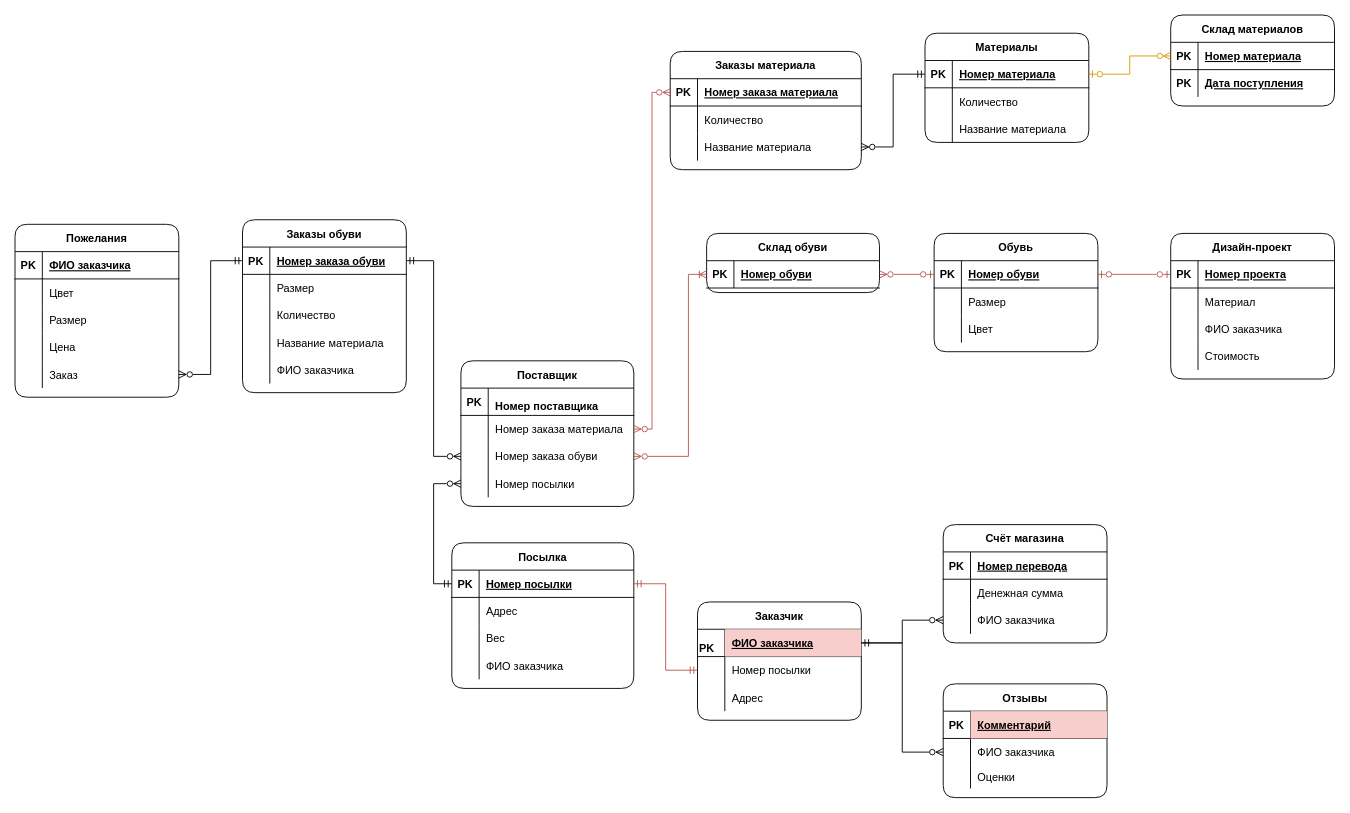
This is Er.drawio from MorozovStanislav/Repozitory, a draw.io file, before an edit. Source tidied: cells renumbered, new cells numbered last; positions are measured from the earlier drawing's top-left corner, leaving out a move shared by most shapes. Both pictures are drawn from the tidied source at 91%, with x=0, y=0 at pixel (15, 15).
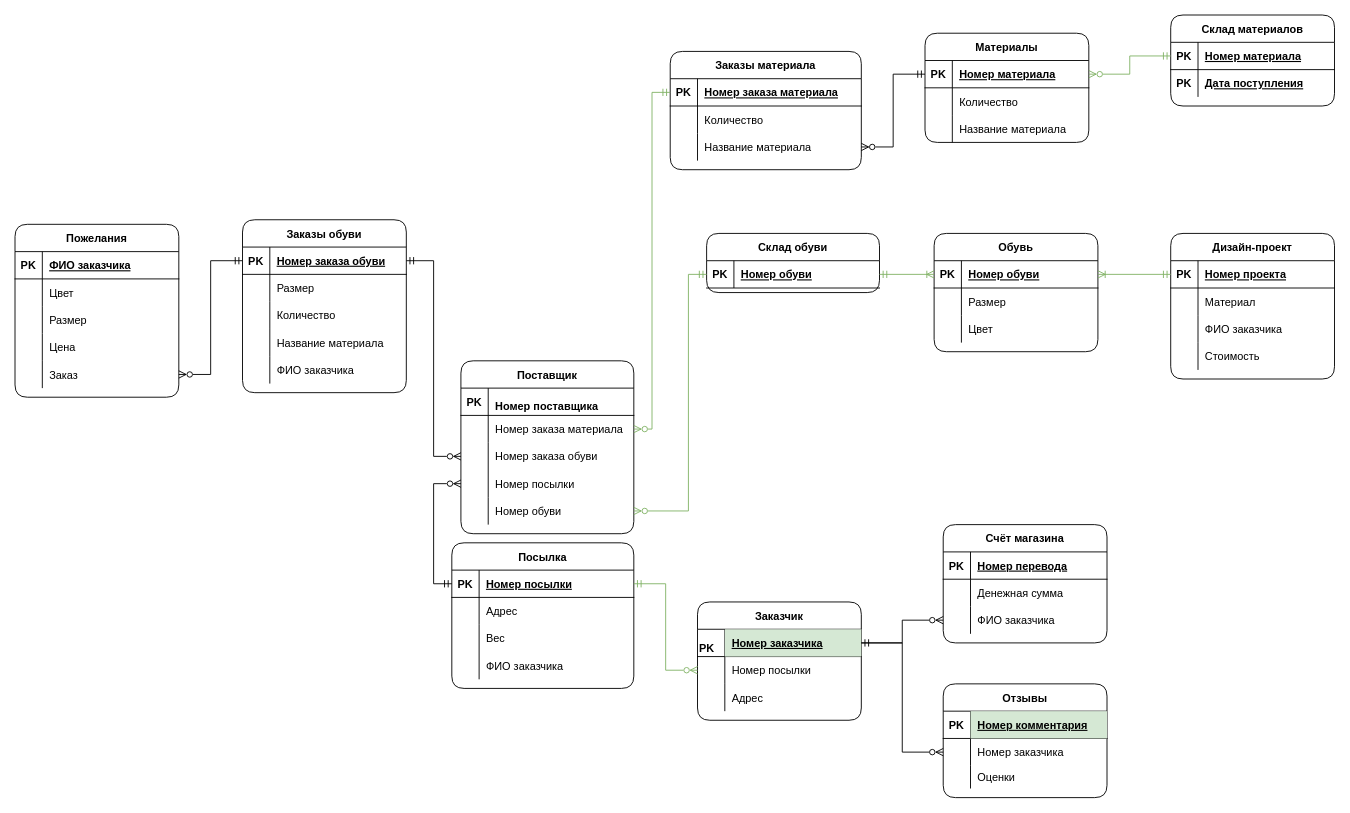
The same page after the edit.

Unchanged cells that the change refers to:
```xml
<mxCell id="19" style="shape=partialRectangle;fillColor=none;top=0;left=0;bottom=1;right=0;points=[[0,0.5],[1,0.5]];portConstraint=eastwest;" parent="18" vertex="1">
  <mxGeometry y="30" width="210" height="30" as="geometry" />
</mxCell>
<mxCell id="45" style="shape=partialRectangle;fillColor=none;top=0;left=0;bottom=1;right=0;points=[[0,0.5],[1,0.5]];portConstraint=eastwest;" parent="44" vertex="1">
  <mxGeometry y="30" width="180" height="30" as="geometry" />
</mxCell>
<mxCell id="61" style="shape=partialRectangle;fillColor=none;top=0;left=0;bottom=1;right=0;points=[[0,0.5],[1,0.5]];portConstraint=eastwest;" parent="60" vertex="1">
  <mxGeometry y="30" width="180" height="30" as="geometry" />
</mxCell>
<mxCell id="64" style="shape=partialRectangle;fillColor=none;top=0;left=0;bottom=0;right=0;points=[[0,0.5],[1,0.5]];portConstraint=eastwest;" parent="60" vertex="1">
  <mxGeometry y="60" width="180" height="30" as="geometry" />
</mxCell>
<mxCell id="81" style="shape=partialRectangle;fillColor=none;top=0;left=0;bottom=1;right=0;points=[[0,0.5],[1,0.5]];portConstraint=eastwest;" parent="80" vertex="1">
  <mxGeometry y="30" width="190" height="30" as="geometry" />
</mxCell>
<mxCell id="85" style="shape=partialRectangle;fillColor=none;top=0;left=0;bottom=1;right=0;points=[[0,0.5],[1,0.5]];portConstraint=eastwest;" parent="84" vertex="1">
  <mxGeometry y="30" width="200" height="30" as="geometry" />
</mxCell>
<mxCell id="101" style="shape=partialRectangle;fillColor=none;top=0;left=0;bottom=0;right=0;points=[[0,0.5],[1,0.5]];portConstraint=eastwest;rounded=1;sketch=0;" parent="97" vertex="1">
  <mxGeometry y="60" width="190" height="30" as="geometry" />
</mxCell>
<mxCell id="104" style="shape=partialRectangle;fillColor=none;top=0;left=0;bottom=0;right=0;points=[[0,0.5],[1,0.5]];portConstraint=eastwest;rounded=1;sketch=0;" parent="97" vertex="1">
  <mxGeometry y="90" width="190" height="30" as="geometry" />
</mxCell>
<mxCell id="115" style="shape=partialRectangle;fillColor=none;top=0;left=0;bottom=1;right=0;points=[[0,0.5],[1,0.5]];portConstraint=eastwest;rounded=1;sketch=0;align=left;verticalAlign=bottom;" parent="114" vertex="1">
  <mxGeometry y="30" width="180" height="30" as="geometry" />
</mxCell>
<mxCell id="118" style="shape=partialRectangle;fillColor=none;top=0;left=0;bottom=0;right=0;points=[[0,0.5],[1,0.5]];portConstraint=eastwest;rounded=1;sketch=0;align=left;verticalAlign=bottom;" parent="114" vertex="1">
  <mxGeometry y="60" width="180" height="30" as="geometry" />
</mxCell>
<mxCell id="130" style="shape=partialRectangle;fillColor=none;top=0;left=0;bottom=1;right=0;points=[[0,0.5],[1,0.5]];portConstraint=eastwest;" parent="129" vertex="1">
  <mxGeometry y="30" width="180" height="30" as="geometry" />
</mxCell>
<mxCell id="143" style="shape=partialRectangle;fillColor=none;top=0;left=0;bottom=1;right=0;points=[[0,0.5],[1,0.5]];portConstraint=eastwest;rounded=1;" parent="142" vertex="1">
  <mxGeometry y="30" width="180" height="30" as="geometry" />
</mxCell>
<mxCell id="150" style="shape=partialRectangle;fillColor=none;top=0;left=0;bottom=1;right=0;points=[[0,0.5],[1,0.5]];portConstraint=eastwest;rounded=1;" parent="149" vertex="1">
  <mxGeometry y="30" width="180" height="30" as="geometry" />
</mxCell>
```

Change to the diagram source:
```diff
@@
-    <mxCell id="63" value="Комментарий" style="shape=partialRectangle;fillColor=#f8cecc;top=0;left=0;bottom=0;right=0;align=left;spacingLeft=6;fontStyle=5;overflow=hidden;strokeColor=#b85450;" parent="61" vertex="1">
+    <mxCell id="63" value="Номер комментария" style="shape=partialRectangle;fillColor=#d5e8d4;top=0;left=0;bottom=0;right=0;align=left;spacingLeft=6;fontStyle=5;overflow=hidden;strokeColor=#82b366;" parent="61" vertex="1">
       <mxGeometry x="30" width="150" height="30" as="geometry" />
     </mxCell>
@@
-    <mxCell id="66" value="ФИО заказчика" style="shape=partialRectangle;fillColor=none;top=0;left=0;bottom=0;right=0;align=left;spacingLeft=6;overflow=hidden;" parent="64" vertex="1">
+    <mxCell id="66" value="Номер заказчика" style="shape=partialRectangle;fillColor=none;top=0;left=0;bottom=0;right=0;align=left;spacingLeft=6;overflow=hidden;" parent="64" vertex="1">
       <mxGeometry x="30" width="150" height="30" as="geometry" />
     </mxCell>
@@
     <mxCell id="97" value="Поставщик" style="shape=table;startSize=30;childLayout=tableLayout;rowLines=0;fontStyle=1;align=center;rounded=1;sketch=0;fillColor=default;gradientColor=none;" parent="1" vertex="1">
-      <mxGeometry x="490" y="380" width="190" height="160" as="geometry" />
+      <mxGeometry x="490" y="380" width="190" height="190" as="geometry" />
     </mxCell>
@@
+    <mxCell id="164" style="shape=partialRectangle;fillColor=none;top=0;left=0;bottom=0;right=0;points=[[0,0.5],[1,0.5]];portConstraint=eastwest;rounded=1;sketch=0;" parent="97" vertex="1">
+      <mxGeometry y="150" width="190" height="30" as="geometry" />
+    </mxCell>
+    <mxCell id="165" style="shape=partialRectangle;fillColor=none;top=0;left=0;bottom=0;right=0;overflow=hidden;rounded=1;sketch=0;" parent="164" vertex="1">
+      <mxGeometry width="30" height="30" as="geometry" />
+    </mxCell>
+    <mxCell id="166" value="Номер обуви" style="shape=partialRectangle;fillColor=none;top=0;left=0;bottom=0;right=0;align=left;spacingLeft=6;overflow=hidden;rounded=1;sketch=0;" parent="164" vertex="1">
+      <mxGeometry x="30" width="160" height="30" as="geometry" />
+    </mxCell>
-    <mxCell id="110" style="edgeStyle=orthogonalEdgeStyle;rounded=0;jettySize=auto;html=1;exitX=0;exitY=0.5;exitDx=0;exitDy=0;startArrow=ERoneToMany;startFill=0;endArrow=ERzeroToMany;endFill=0;fillColor=#f8cecc;strokeColor=#b85450;" parent="1" edge="1" source="81" target="104">
+    <mxCell id="110" style="edgeStyle=orthogonalEdgeStyle;rounded=0;jettySize=auto;html=1;exitX=0;exitY=0.5;exitDx=0;exitDy=0;startArrow=ERmandOne;startFill=0;endArrow=ERzeroToMany;endFill=0;fillColor=#d5e8d4;strokeColor=#82b366;" parent="1" edge="1" source="81" target="164">
       <mxGeometry relative="1" as="geometry">
         <Array as="points">
           <mxPoint x="740" y="285" />
-          <mxPoint x="740" y="485" />
+          <mxPoint x="740" y="545" />
         </Array>
       </mxGeometry>
     </mxCell>
-    <mxCell id="111" style="edgeStyle=orthogonalEdgeStyle;rounded=0;jettySize=auto;html=1;startArrow=ERzeroToMany;startFill=0;endArrow=ERzeroToMany;endFill=0;fillColor=#f8cecc;strokeColor=#b85450;" parent="1" edge="1" source="19" target="101">
+    <mxCell id="111" style="edgeStyle=orthogonalEdgeStyle;rounded=0;jettySize=auto;html=1;startArrow=ERmandOne;startFill=0;endArrow=ERzeroToMany;endFill=0;fillColor=#d5e8d4;strokeColor=#82b366;" parent="1" edge="1" source="19" target="101">
       <mxGeometry relative="1" as="geometry" />
     </mxCell>
@@
-    <mxCell id="117" value="ФИО заказчика" style="shape=partialRectangle;fillColor=#f8cecc;top=0;left=0;bottom=0;right=0;align=left;spacingLeft=6;fontStyle=5;overflow=hidden;rounded=1;sketch=0;strokeColor=#b85450;" parent="115" vertex="1">
+    <mxCell id="117" value="Номер заказчика" style="shape=partialRectangle;fillColor=#d5e8d4;top=0;left=0;bottom=0;right=0;align=left;spacingLeft=6;fontStyle=5;overflow=hidden;rounded=1;sketch=0;strokeColor=#82b366;" parent="115" vertex="1">
       <mxGeometry x="30" width="150" height="30" as="geometry" />
     </mxCell>
@@
-    <mxCell id="126" style="edgeStyle=orthogonalEdgeStyle;rounded=0;jettySize=auto;html=1;entryX=0;entryY=0.5;entryDx=0;entryDy=0;startArrow=ERmandOne;startFill=0;endArrow=ERmandOne;endFill=0;fillColor=#f8cecc;strokeColor=#b85450;" parent="1" edge="1" source="85" target="118">
+    <mxCell id="126" style="edgeStyle=orthogonalEdgeStyle;rounded=0;jettySize=auto;html=1;entryX=0;entryY=0.5;entryDx=0;entryDy=0;startArrow=ERmandOne;startFill=0;endArrow=ERzeroToMany;endFill=0;fillColor=#d5e8d4;strokeColor=#82b366;" parent="1" edge="1" source="85" target="118">
       <mxGeometry relative="1" as="geometry" />
     </mxCell>
@@
-    <mxCell id="161" style="edgeStyle=orthogonalEdgeStyle;rounded=0;jettySize=auto;html=1;fontColor=#000000;startArrow=ERzeroToOne;startFill=0;endArrow=ERzeroToMany;endFill=0;fillColor=#ffe6cc;strokeColor=#d79b00;" parent="1" edge="1" source="45" target="143">
+    <mxCell id="161" style="edgeStyle=orthogonalEdgeStyle;rounded=0;jettySize=auto;html=1;fontColor=#000000;startArrow=ERzeroToMany;startFill=0;endArrow=ERmandOne;endFill=0;fillColor=#d5e8d4;strokeColor=#82b366;" parent="1" edge="1" source="45" target="143">
       <mxGeometry relative="1" as="geometry" />
     </mxCell>
-    <mxCell id="162" style="edgeStyle=orthogonalEdgeStyle;rounded=0;jettySize=auto;html=1;fontColor=#000000;startArrow=ERzeroToOne;startFill=0;endArrow=ERzeroToMany;endFill=0;fillColor=#f8cecc;strokeColor=#b85450;" parent="1" edge="1" source="150" target="81">
+    <mxCell id="162" style="edgeStyle=orthogonalEdgeStyle;rounded=0;jettySize=auto;html=1;fontColor=#000000;startArrow=ERoneToMany;startFill=0;endArrow=ERmandOne;endFill=0;fillColor=#d5e8d4;strokeColor=#82b366;" parent="1" edge="1" source="150" target="81">
       <mxGeometry relative="1" as="geometry" />
     </mxCell>
-    <mxCell id="163" style="edgeStyle=orthogonalEdgeStyle;rounded=0;jettySize=auto;html=1;fontColor=#000000;startArrow=ERzeroToOne;startFill=0;endArrow=ERzeroToOne;endFill=0;fillColor=#f8cecc;strokeColor=#b85450;" parent="1" edge="1" source="150" target="130">
+    <mxCell id="163" style="edgeStyle=orthogonalEdgeStyle;rounded=0;jettySize=auto;html=1;fontColor=#000000;startArrow=ERoneToMany;startFill=0;endArrow=ERmandOne;endFill=0;fillColor=#d5e8d4;strokeColor=#82b366;" parent="1" edge="1" source="150" target="130">
       <mxGeometry relative="1" as="geometry" />
     </mxCell>
```
